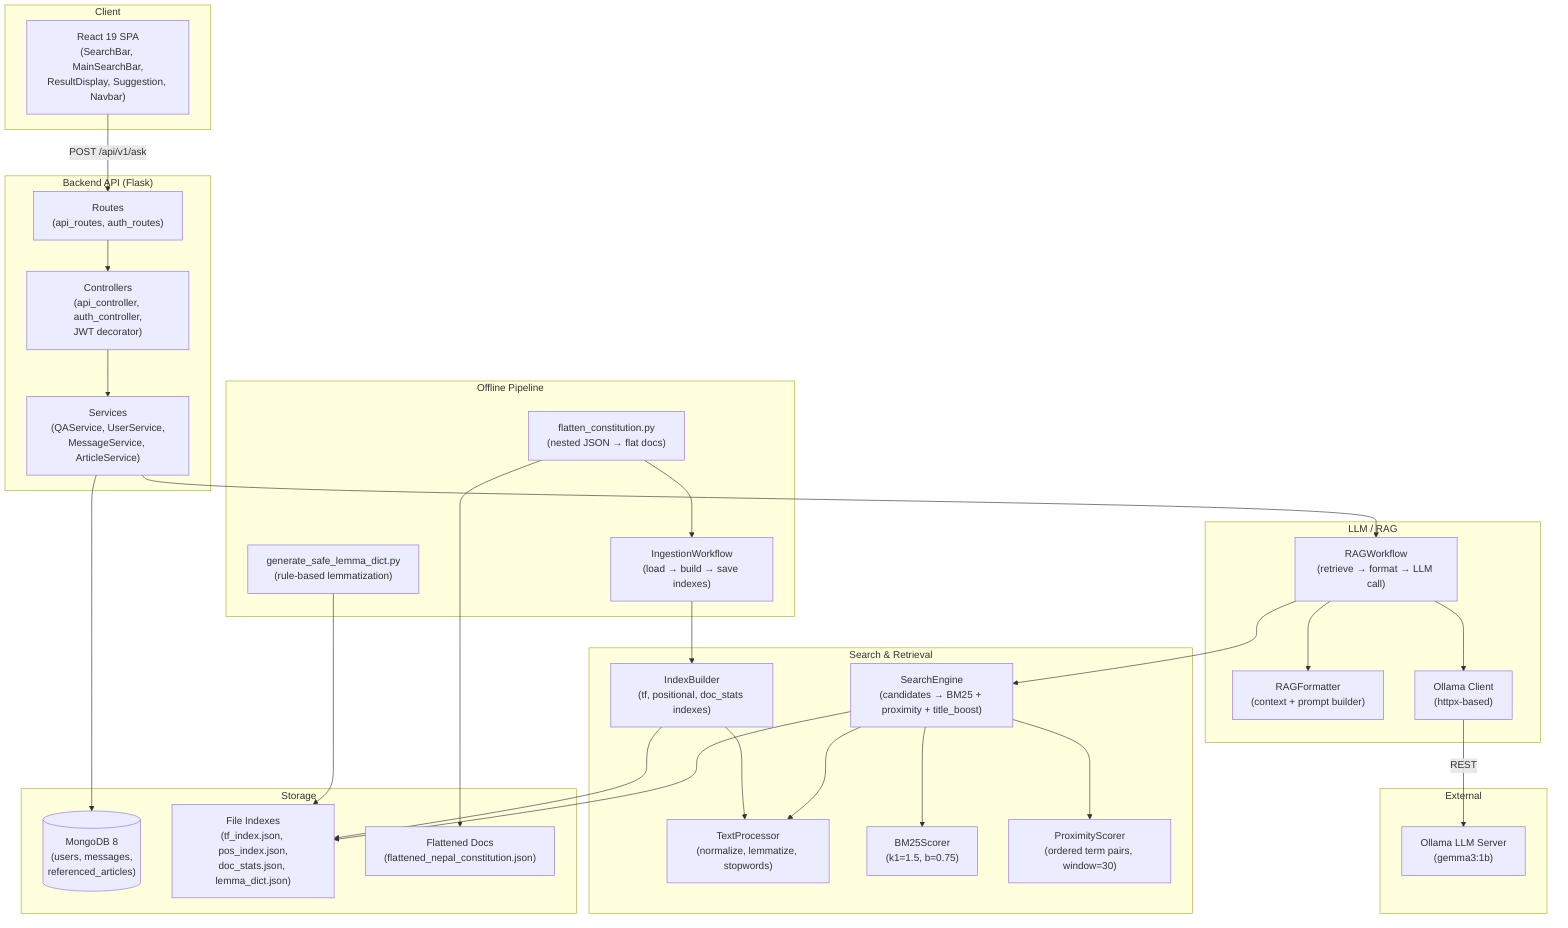
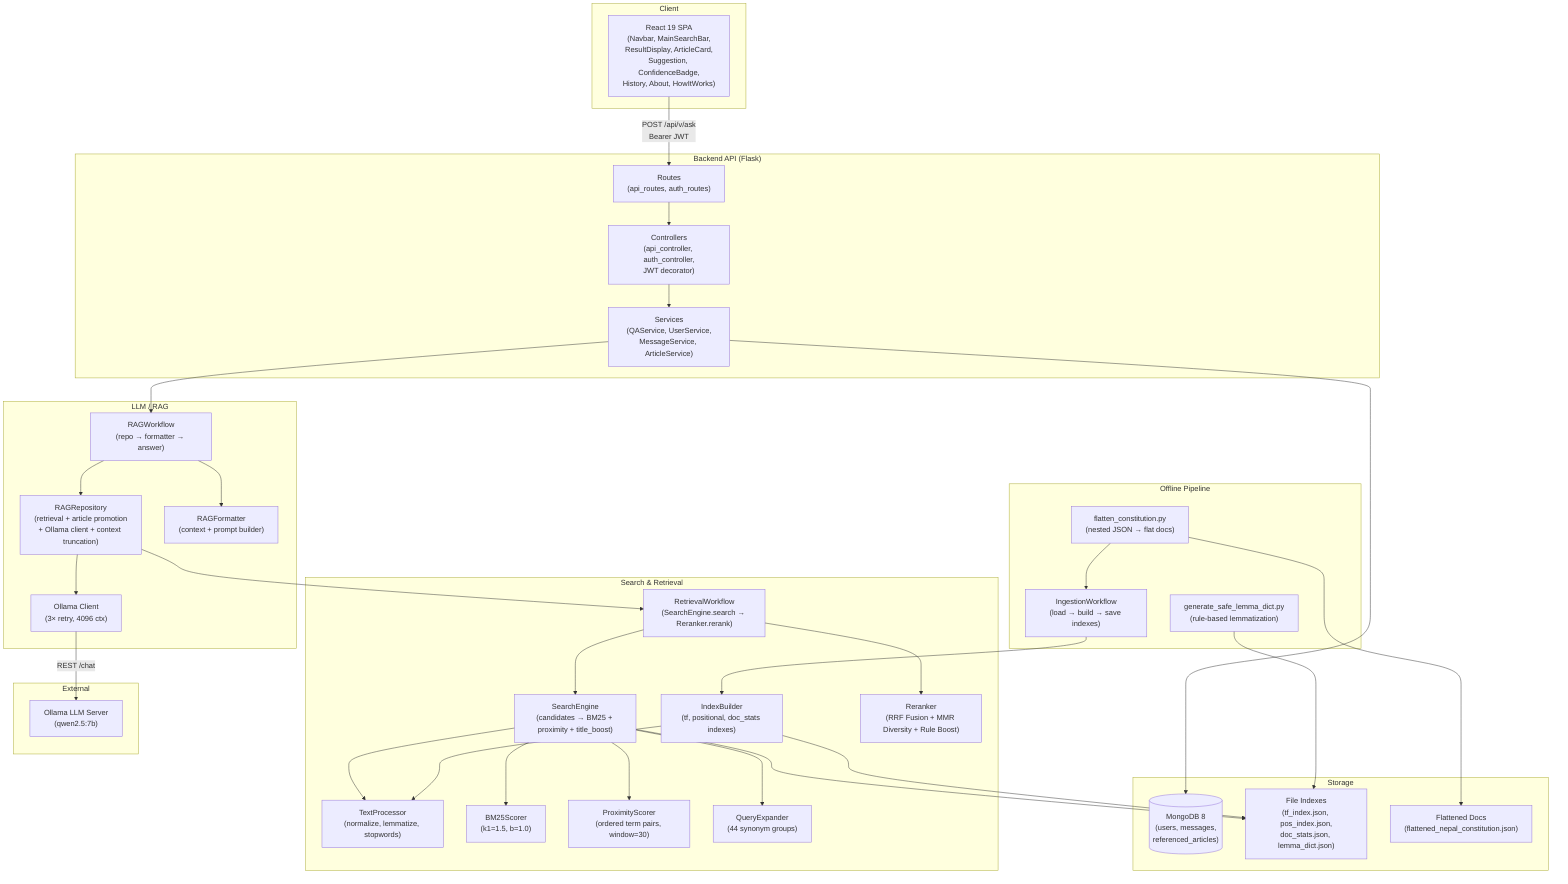
graph TD
    subgraph Client
-         ReactApp["React 19 SPA<br/>(SearchBar, MainSearchBar,<br/>ResultDisplay, Suggestion, Navbar)"]
+         ReactApp["React 19 SPA<br/>(Navbar, MainSearchBar,<br/>ResultDisplay, ArticleCard,<br/>Suggestion, ConfidenceBadge,<br/>History, About, HowItWorks)"]
    end

    subgraph "Backend API (Flask)"
        Routes["Routes<br/>(api_routes, auth_routes)"]
        Controllers["Controllers<br/>(api_controller, auth_controller,<br/>JWT decorator)"]
        Services["Services<br/>(QAService, UserService,<br/>MessageService, ArticleService)"]
    end

    subgraph "Search & Retrieval"
        TextProc["TextProcessor<br/>(normalize, lemmatize, stopwords)"]
        IndexBuilder["IndexBuilder<br/>(tf, positional, doc_stats indexes)"]
-         BM25Scorer["BM25Scorer<br/>(k1=1.5, b=0.75)"]
+         BM25Scorer["BM25Scorer<br/>(k1=1.5, b=1.0)"]
        ProxScorer["ProximityScorer<br/>(ordered term pairs, window=30)"]
+         QueryExp["QueryExpander<br/>(44 synonym groups)"]
        SearchEngine["SearchEngine<br/>(candidates → BM25 + proximity + title_boost)"]
+         Reranker["Reranker<br/>(RRF Fusion + MMR Diversity + Rule Boost)"]
+         RetrievalWF["RetrievalWorkflow<br/>(SearchEngine.search → Reranker.rerank)"]
    end

    subgraph "LLM / RAG"
+         RAGRepo["RAGRepository<br/>(retrieval + article promotion<br/>+ Ollama client + context truncation)"]
        RAGFormatter["RAGFormatter<br/>(context + prompt builder)"]
-         RAGWorkflow["RAGWorkflow<br/>(retrieve → format → LLM call)"]
-         OllamaClient["Ollama Client<br/>(httpx-based)"]
+         RAGWorkflow["RAGWorkflow<br/>(repo → formatter → answer)"]
+         OllamaClient["Ollama Client<br/>(3× retry, 4096 ctx)"]
    end

    subgraph "Offline Pipeline"
        Flatten["flatten_constitution.py<br/>(nested JSON → flat docs)"]
        Ingestion["IngestionWorkflow<br/>(load → build → save indexes)"]
        LemmaDict["generate_safe_lemma_dict.py<br/>(rule-based lemmatization)"]
    end

    subgraph Storage
        MongoDB[("MongoDB 8<br/>(users, messages,<br/>referenced_articles)")]
        IndexFiles["File Indexes<br/>(tf_index.json, pos_index.json,<br/>doc_stats.json, lemma_dict.json)"]
        FlatDocs["Flattened Docs<br/>(flattened_nepal_constitution.json)"]
    end

    subgraph External
-         OllamaServer["Ollama LLM Server<br/>(gemma3:1b)"]
+         OllamaServer["Ollama LLM Server<br/>(qwen2.5:7b)"]
    end

-     ReactApp -->|POST /api/v1/ask| Routes
+     ReactApp -->|POST /api/v/ask<br/>Bearer JWT| Routes
    Routes --> Controllers
    Controllers --> Services
    Services --> MongoDB
    Services --> RAGWorkflow
-     RAGWorkflow --> SearchEngine
+     RAGWorkflow --> RAGRepo
    RAGWorkflow --> RAGFormatter
-     RAGWorkflow --> OllamaClient
-     OllamaClient -->|REST| OllamaServer
+     RAGRepo --> RetrievalWF
+     RAGRepo --> OllamaClient
+     OllamaClient -->|REST /chat| OllamaServer
+     RetrievalWF --> SearchEngine
+     RetrievalWF --> Reranker
    SearchEngine --> BM25Scorer
    SearchEngine --> ProxScorer
    SearchEngine --> TextProc
+     SearchEngine --> QueryExp
    SearchEngine --> IndexFiles
    Flatten --> FlatDocs
    Ingestion --> IndexBuilder
    IndexBuilder --> IndexFiles
    IndexBuilder --> TextProc
    Flatten --> Ingestion
    LemmaDict --> IndexFiles
